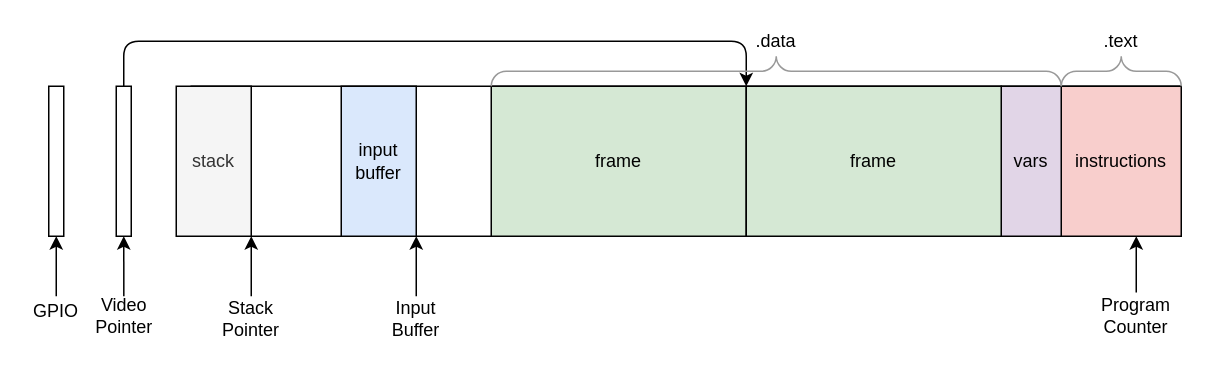
Above: doc/diagrams/emulator memory.drawio in OliverKillane/Arm-11-Group-Project (draw.io), before the change. Source tidied: cells renumbered, new cells numbered last; positions are measured from the earlier drawing's top-left corner, leaving out a move shared by most shapes. Both pictures are drawn from the tidied source at 150%, with x=0, y=0 at pixel (26, 26).
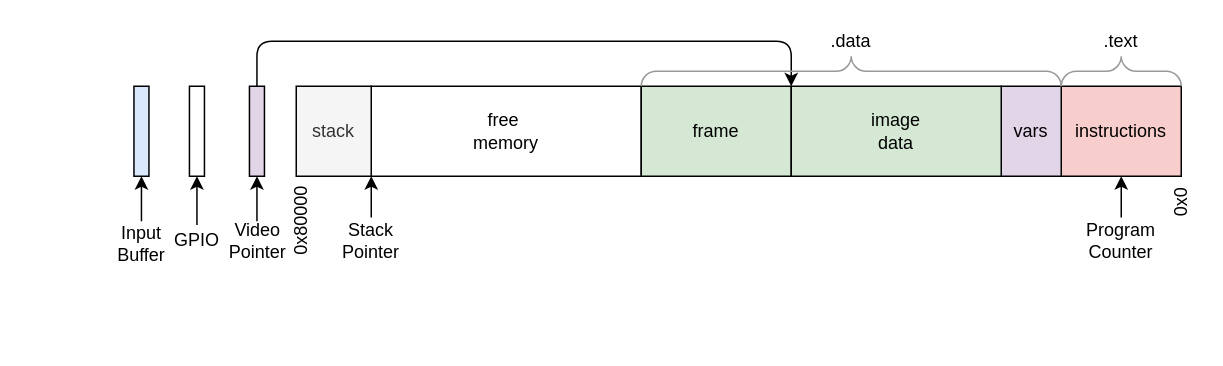
Above is the later version.

Commit message (it also covers changes not shown here):
Updated Emulator Extension part of the report, updated diagrams and corrected spelling mistakes

Change to the diagram source:
```diff
@@
-    <mxCell id="2" style="rounded=0;whiteSpace=wrap;html=1;fillColor=none;" parent="1" vertex="1">
-      <mxGeometry x="110" y="40" width="660" height="100" as="geometry" />
+    <mxCell id="2" value="free&amp;nbsp;&lt;br&gt;memory" style="rounded=0;whiteSpace=wrap;html=1;fillColor=none;" parent="1" vertex="1">
+      <mxGeometry x="230" y="40" width="180" height="60" as="geometry" />
     </mxCell>
     <mxCell id="3" value="instructions" style="rounded=0;whiteSpace=wrap;html=1;fillColor=#f8cecc;" parent="1" vertex="1">
-      <mxGeometry x="690" y="40" width="80" height="100" as="geometry" />
+      <mxGeometry x="690" y="40" width="80" height="60" as="geometry" />
     </mxCell>
     <mxCell id="4" style="rounded=0;whiteSpace=wrap;html=1;" parent="1" vertex="1">
-      <mxGeometry x="15" y="40" width="10" height="100" as="geometry" />
+      <mxGeometry x="108.8" y="40" width="10" height="60" as="geometry" />
     </mxCell>
     <mxCell id="5" style="edgeStyle=orthogonalEdgeStyle;rounded=1;jettySize=auto;html=1;exitX=0.5;exitY=0;exitDx=0;exitDy=0;entryX=1;entryY=0;entryDx=0;entryDy=0;" parent="1" edge="1" source="6" target="8">
       <mxGeometry relative="1" as="geometry">
         <Array as="points">
-          <mxPoint x="65" y="10" />
-          <mxPoint x="480" y="10" />
+          <mxPoint x="154" y="10" />
+          <mxPoint x="510" y="10" />
         </Array>
       </mxGeometry>
     </mxCell>
-    <mxCell id="6" style="rounded=0;whiteSpace=wrap;html=1;" parent="1" vertex="1">
-      <mxGeometry x="60" y="40" width="10" height="100" as="geometry" />
+    <mxCell id="6" style="rounded=0;whiteSpace=wrap;html=1;fillColor=#e1d5e7;" parent="1" vertex="1">
+      <mxGeometry x="148.8" y="40" width="10" height="60" as="geometry" />
     </mxCell>
     <mxCell id="7" value="vars" style="rounded=0;whiteSpace=wrap;html=1;fillColor=#e1d5e7;" parent="1" vertex="1">
-      <mxGeometry x="650" y="40" width="40" height="100" as="geometry" />
+      <mxGeometry x="650" y="40" width="40" height="60" as="geometry" />
     </mxCell>
     <mxCell id="8" value="frame" style="rounded=0;whiteSpace=wrap;html=1;fillColor=#d5e8d4;" parent="1" vertex="1">
-      <mxGeometry x="310" y="40" width="170" height="100" as="geometry" />
+      <mxGeometry x="410" y="40" width="100" height="60" as="geometry" />
     </mxCell>
     <mxCell id="9" value="stack" style="rounded=0;whiteSpace=wrap;html=1;fillColor=#f5f5f5;fontColor=#333333;" parent="1" vertex="1">
-      <mxGeometry x="100" y="40" width="50" height="100" as="geometry" />
+      <mxGeometry x="180" y="40" width="50" height="60" as="geometry" />
     </mxCell>
@@
     <mxCell id="11" value="Stack&lt;br&gt;Pointer" style="text;html=1;strokeColor=none;fillColor=none;align=center;verticalAlign=middle;whiteSpace=wrap;rounded=0;" parent="1" vertex="1">
-      <mxGeometry x="130" y="180" width="40" height="30" as="geometry" />
+      <mxGeometry x="210" y="127.5" width="40" height="30" as="geometry" />
     </mxCell>
-    <mxCell id="12" style="endArrow=classic;html=1;entryX=1;entryY=1;entryDx=0;entryDy=0;exitX=0.5;exitY=0;exitDx=0;exitDy=0;" parent="1" edge="1" source="13">
-      <mxGeometry relative="1" as="geometry">
-        <mxPoint x="740" y="140" as="targetPoint" />
-      </mxGeometry>
-    </mxCell>
+    <mxCell id="26" style="edgeStyle=orthogonalEdgeStyle;rounded=0;jettySize=auto;html=1;exitX=0.5;exitY=0;exitDx=0;exitDy=0;entryX=0.5;entryY=1;entryDx=0;entryDy=0;" parent="1" edge="1" source="13" target="3">
+      <mxGeometry relative="1" as="geometry" />
+    </mxCell>
     <mxCell id="13" value="Program&lt;br&gt;Counter" style="text;html=1;strokeColor=none;fillColor=none;align=center;verticalAlign=middle;whiteSpace=wrap;rounded=0;" parent="1" vertex="1">
-      <mxGeometry x="720" y="177.5" width="40" height="30" as="geometry" />
+      <mxGeometry x="710" y="127.5" width="40" height="30" as="geometry" />
     </mxCell>
-    <mxCell id="14" style="endArrow=classic;html=1;entryX=1;entryY=1;entryDx=0;entryDy=0;exitX=0.5;exitY=0;exitDx=0;exitDy=0;" parent="1" edge="1" source="15">
-      <mxGeometry relative="1" as="geometry">
-        <mxPoint x="65" y="140" as="targetPoint" />
-      </mxGeometry>
-    </mxCell>
+    <mxCell id="27" style="edgeStyle=orthogonalEdgeStyle;rounded=0;jettySize=auto;html=1;exitX=0.5;exitY=0;exitDx=0;exitDy=0;entryX=0.5;entryY=1;entryDx=0;entryDy=0;" parent="1" edge="1" target="6">
+      <mxGeometry relative="1" as="geometry">
+        <mxPoint x="153.8" y="130" as="sourcePoint" />
+      </mxGeometry>
+    </mxCell>
     <mxCell id="15" value="Video&lt;br&gt;Pointer" style="text;html=1;strokeColor=none;fillColor=none;align=center;verticalAlign=middle;whiteSpace=wrap;rounded=0;" parent="1" vertex="1">
-      <mxGeometry x="43.8" y="180" width="42.5" height="25" as="geometry" />
+      <mxGeometry x="132.5" y="130" width="42.5" height="25" as="geometry" />
     </mxCell>
-    <mxCell id="16" style="endArrow=classic;html=1;entryX=1;entryY=1;entryDx=0;entryDy=0;exitX=0.5;exitY=0;exitDx=0;exitDy=0;" parent="1" edge="1" source="17">
-      <mxGeometry relative="1" as="geometry">
-        <mxPoint x="20" y="140" as="targetPoint" />
-      </mxGeometry>
-    </mxCell>
+    <mxCell id="28" style="edgeStyle=orthogonalEdgeStyle;rounded=0;jettySize=auto;html=1;exitX=0.5;exitY=0;exitDx=0;exitDy=0;entryX=0.5;entryY=1;entryDx=0;entryDy=0;" parent="1" edge="1" source="17" target="4">
+      <mxGeometry relative="1" as="geometry" />
+    </mxCell>
     <mxCell id="17" value="GPIO" style="text;html=1;strokeColor=none;fillColor=none;align=center;verticalAlign=middle;whiteSpace=wrap;rounded=0;" parent="1" vertex="1">
-      <mxGeometry y="180" width="40" height="20" as="geometry" />
+      <mxGeometry x="93.8" y="132.5" width="40" height="20" as="geometry" />
     </mxCell>
@@
     <mxCell id="19" style="verticalLabelPosition=bottom;shadow=0;dashed=0;align=center;html=1;verticalAlign=top;strokeWidth=1;shape=mxgraph.mockup.markup.curlyBrace;strokeColor=#999999;" parent="1" vertex="1">
-      <mxGeometry x="310" y="20" width="380" height="20" as="geometry" />
+      <mxGeometry x="410" y="20" width="280" height="20" as="geometry" />
     </mxCell>
@@
     <mxCell id="21" value=".data" style="text;html=1;strokeColor=none;fillColor=none;align=center;verticalAlign=middle;whiteSpace=wrap;rounded=0;" parent="1" vertex="1">
-      <mxGeometry x="480" width="40" height="20" as="geometry" />
+      <mxGeometry x="530" width="40" height="20" as="geometry" />
     </mxCell>
-    <mxCell id="22" value="input buffer" style="rounded=0;whiteSpace=wrap;html=1;fillColor=#dae8fc;" parent="1" vertex="1">
-      <mxGeometry x="210" y="40" width="50" height="100" as="geometry" />
+    <mxCell id="22" style="rounded=0;whiteSpace=wrap;html=1;fillColor=#dae8fc;" parent="1" vertex="1">
+      <mxGeometry x="71.8" y="40" width="10" height="60" as="geometry" />
     </mxCell>
-    <mxCell id="23" value="frame" style="rounded=0;whiteSpace=wrap;html=1;fillColor=#d5e8d4;" parent="1" vertex="1">
-      <mxGeometry x="480" y="40" width="170" height="100" as="geometry" />
+    <mxCell id="23" value="image&lt;br&gt;data" style="rounded=0;whiteSpace=wrap;html=1;fillColor=#d5e8d4;" parent="1" vertex="1">
+      <mxGeometry x="510" y="40" width="140" height="60" as="geometry" />
     </mxCell>
-    <mxCell id="24" style="endArrow=classic;html=1;entryX=1;entryY=1;entryDx=0;entryDy=0;exitX=0.5;exitY=0;exitDx=0;exitDy=0;" parent="1" edge="1" source="25" target="22">
+    <mxCell id="24" style="endArrow=classic;html=1;entryX=0.5;entryY=1;entryDx=0;entryDy=0;exitX=0.5;exitY=0;exitDx=0;exitDy=0;" parent="1" edge="1" source="25" target="22">
       <mxGeometry relative="1" as="geometry" />
     </mxCell>
     <mxCell id="25" value="Input&lt;br&gt;Buffer" style="text;html=1;strokeColor=none;fillColor=none;align=center;verticalAlign=middle;whiteSpace=wrap;rounded=0;" parent="1" vertex="1">
-      <mxGeometry x="240" y="180" width="40" height="30" as="geometry" />
+      <mxGeometry x="56.8" y="130" width="40" height="30" as="geometry" />
     </mxCell>
+    <mxCell id="29" value="0x80000" style="text;html=1;strokeColor=none;fillColor=none;align=center;verticalAlign=middle;whiteSpace=wrap;rounded=0;rotation=-90;" parent="1" vertex="1">
+      <mxGeometry x="163.8" y="120" width="40" height="20" as="geometry" />
+    </mxCell>
+    <mxCell id="30" value="0x0" style="text;html=1;strokeColor=none;fillColor=none;align=center;verticalAlign=middle;whiteSpace=wrap;rounded=0;rotation=-90;" parent="1" vertex="1">
+      <mxGeometry x="750" y="107.5" width="40" height="20" as="geometry" />
+    </mxCell>
```
